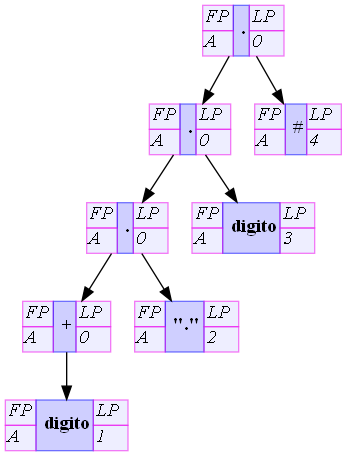
The Graphviz diagram EXREGAN/build/classes/Reports/ARBOLES_201801671/ExpresionReg2.png in Neidy22/-OLC1-Proyecto1, before a commit. Its source is kept beside it as EXREGAN/build/classes/Reports/ARBOLES_201801671/ExpresionReg2.dot.
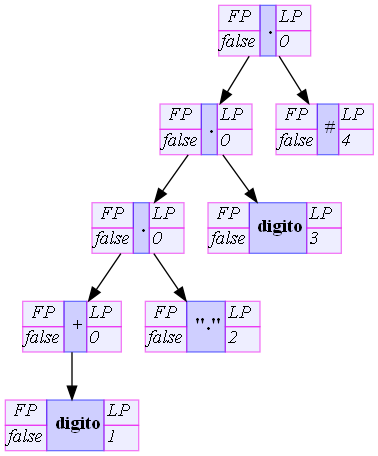
After the change.

Diff of the diagram source:
```diff
@@ -17,7 +17,7 @@
 			    <td align="center" bgcolor = "#0000ff11" color="#ee00ee80"><i>LP </i></td>
 			</tr>
 			<tr>
-			    <td align="left" bgcolor = "#0000ff11" color="#ee00ee80"><i>A</i></td>
+			    <td align="left" bgcolor = "#0000ff11" color="#ee00ee80"><i>false</i></td>
 			    <td align="left" bgcolor = "#0000ff11" color="#ee00ee80"><i>0</i><br align="left"/></td>
 			</tr>
 
@@ -34,7 +34,7 @@
 			    <td align="center" bgcolor = "#0000ff11" color="#ee00ee80"><i>LP </i></td>
 			</tr>
 			<tr>
-			    <td align="left" bgcolor = "#0000ff11" color="#ee00ee80"><i>A</i></td>
+			    <td align="left" bgcolor = "#0000ff11" color="#ee00ee80"><i>false</i></td>
 			    <td align="left" bgcolor = "#0000ff11" color="#ee00ee80"><i>0</i><br align="left"/></td>
 			</tr>
 
@@ -51,7 +51,7 @@
 			    <td align="center" bgcolor = "#0000ff11" color="#ee00ee80"><i>LP </i></td>
 			</tr>
 			<tr>
-			    <td align="left" bgcolor = "#0000ff11" color="#ee00ee80"><i>A</i></td>
+			    <td align="left" bgcolor = "#0000ff11" color="#ee00ee80"><i>false</i></td>
 			    <td align="left" bgcolor = "#0000ff11" color="#ee00ee80"><i>0</i><br align="left"/></td>
 			</tr>
 
@@ -68,7 +68,7 @@
 			    <td align="center" bgcolor = "#0000ff11" color="#ee00ee80"><i>LP </i></td>
 			</tr>
 			<tr>
-			    <td align="left" bgcolor = "#0000ff11" color="#ee00ee80"><i>A</i></td>
+			    <td align="left" bgcolor = "#0000ff11" color="#ee00ee80"><i>false</i></td>
 			    <td align="left" bgcolor = "#0000ff11" color="#ee00ee80"><i>0</i><br align="left"/></td>
 			</tr>
 
@@ -85,7 +85,7 @@
 			    <td align="center" bgcolor = "#0000ff11" color="#ee00ee80"><i>LP </i></td>
 			</tr>
 			<tr>
-			    <td align="left" bgcolor = "#0000ff11" color="#ee00ee80"><i>A</i></td>
+			    <td align="left" bgcolor = "#0000ff11" color="#ee00ee80"><i>false</i></td>
 			    <td align="left" bgcolor = "#0000ff11" color="#ee00ee80"><i>1</i><br align="left"/></td>
 			</tr>
 
@@ -102,7 +102,7 @@
 			    <td align="center" bgcolor = "#0000ff11" color="#ee00ee80"><i>LP </i></td>
 			</tr>
 			<tr>
-			    <td align="left" bgcolor = "#0000ff11" color="#ee00ee80"><i>A</i></td>
+			    <td align="left" bgcolor = "#0000ff11" color="#ee00ee80"><i>false</i></td>
 			    <td align="left" bgcolor = "#0000ff11" color="#ee00ee80"><i>2</i><br align="left"/></td>
 			</tr>
 
@@ -119,7 +119,7 @@
 			    <td align="center" bgcolor = "#0000ff11" color="#ee00ee80"><i>LP </i></td>
 			</tr>
 			<tr>
-			    <td align="left" bgcolor = "#0000ff11" color="#ee00ee80"><i>A</i></td>
+			    <td align="left" bgcolor = "#0000ff11" color="#ee00ee80"><i>false</i></td>
 			    <td align="left" bgcolor = "#0000ff11" color="#ee00ee80"><i>3</i><br align="left"/></td>
 			</tr>
 
@@ -136,7 +136,7 @@
 			    <td align="center" bgcolor = "#0000ff11" color="#ee00ee80"><i>LP </i></td>
 			</tr>
 			<tr>
-			    <td align="left" bgcolor = "#0000ff11" color="#ee00ee80"><i>A</i></td>
+			    <td align="left" bgcolor = "#0000ff11" color="#ee00ee80"><i>false</i></td>
 			    <td align="left" bgcolor = "#0000ff11" color="#ee00ee80"><i>4</i><br align="left"/></td>
 			</tr>
 
```
